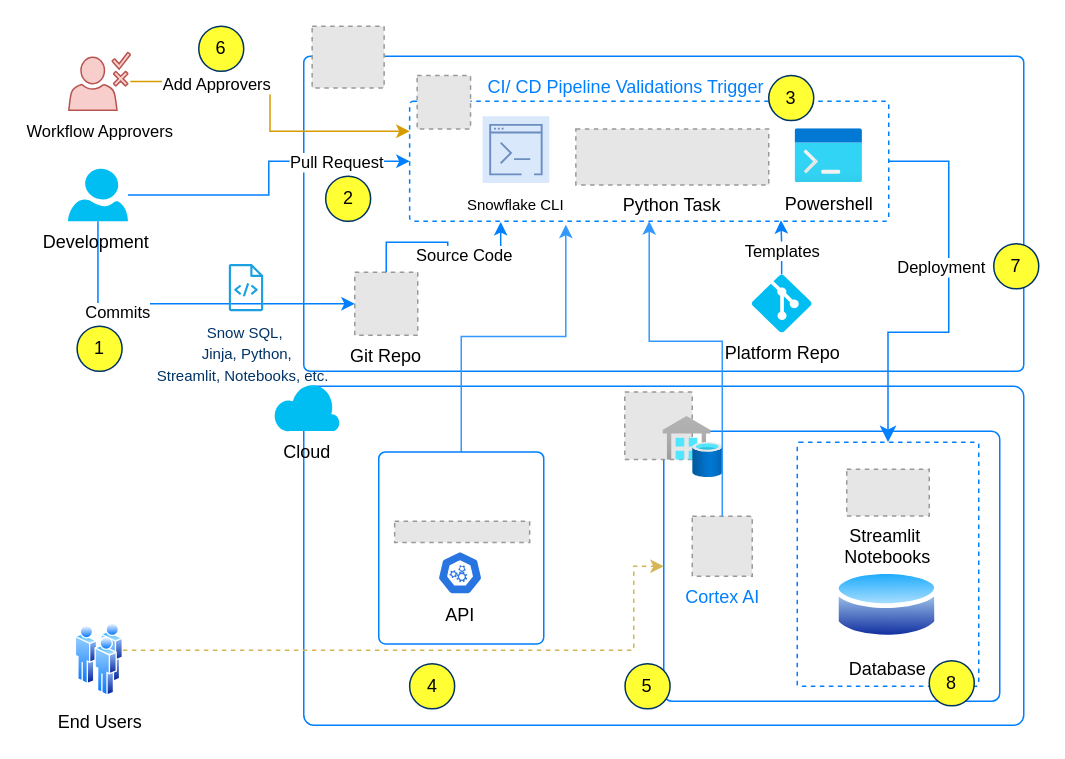
Earlier version of the draw.io diagram servicenow-cortex-deployment.drawio (jijeeshme/diagrams). Source tidied: cells renumbered, new cells numbered last; positions are measured from the earlier drawing's top-left corner, leaving out a move shared by most shapes. Both pictures are drawn from the tidied source at 150%, with x=0, y=0 at pixel (68, 26). Pictures stored in the file or linked from it are replaced by grey dashed boxes.
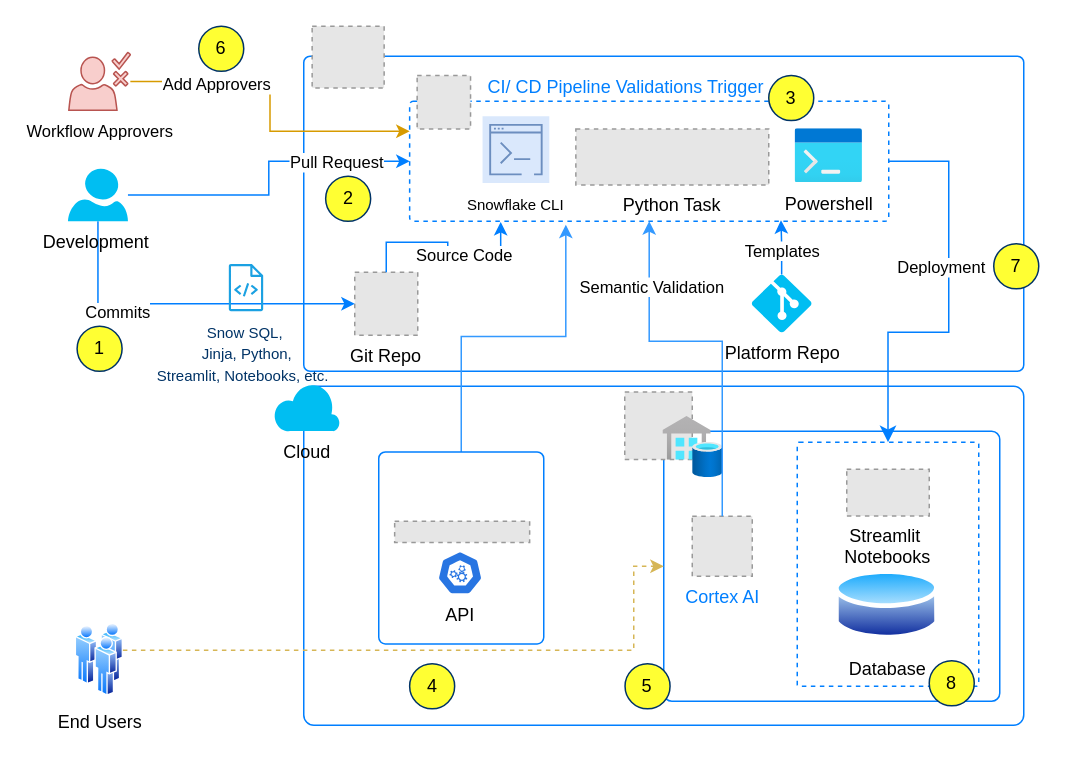
After the change.

Unchanged cells that the change refers to:
```xml
<mxCell id="43" style="edgeStyle=orthogonalEdgeStyle;rounded=0;jettySize=auto;html=1;entryX=0.5;entryY=1;entryDx=0;entryDy=0;strokeColor=#3399FF;" parent="1" edge="1" source="42" target="12">
  <mxGeometry relative="1" as="geometry">
    <Array as="points">
      <mxPoint x="436" y="210" />
      <mxPoint x="387" y="210" />
    </Array>
  </mxGeometry>
</mxCell>
```

The edit, as a diff of the source:
```diff
@@
+    <mxCell id="51" value="Semantic Validation" style="edgeLabel;html=1;align=center;verticalAlign=middle;" parent="43" vertex="1">
+      <mxGeometry x="0.65" y="-1" relative="1" as="geometry" />
+    </mxCell>
```
